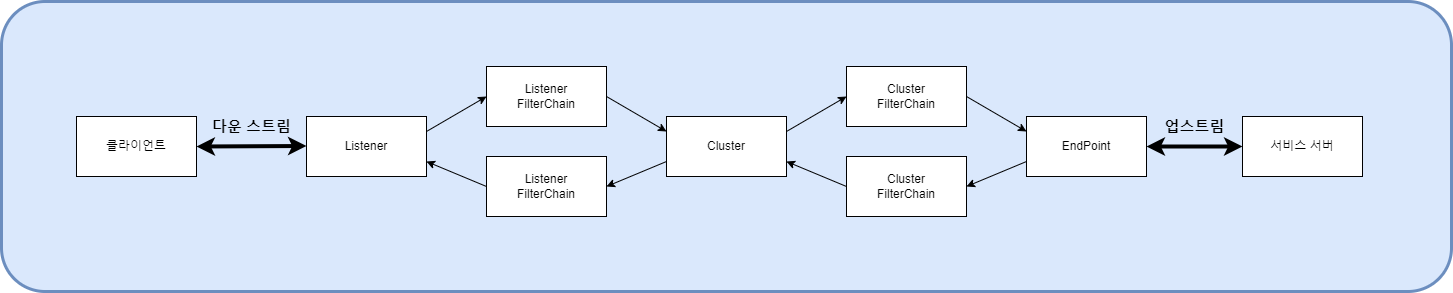
Earlier version of the draw.io export resources/smile-gateway/전체 흐름.png (sgdevcamp2023/remember). Source tidied: cells renumbered, new cells last; positions are measured from the earlier drawing's top-left corner, leaving out a move shared by most shapes. Source of this version:
```xml
<mxGraphModel>
  <root>
    <mxCell id="0" />
    <mxCell id="1" parent="0" />
    <mxCell id="2" style="group;" parent="1" vertex="1">
      <mxGeometry width="1450" height="290" as="geometry" />
    </mxCell>
    <mxCell id="3" style="rounded=1;whiteSpace=wrap;html=1;strokeWidth=3;strokeColor=#6c8ebf;fillColor=#dae8fc;" parent="2" vertex="1">
      <mxGeometry width="1450" height="290" as="geometry" />
    </mxCell>
    <mxCell id="4" value="Listener" style="rounded=0;whiteSpace=wrap;html=1;" parent="2" vertex="1">
      <mxGeometry x="305" y="115" width="120" height="60" as="geometry" />
    </mxCell>
    <mxCell id="5" value="Listener&lt;br&gt;FilterChain" style="rounded=0;whiteSpace=wrap;html=1;" parent="2" vertex="1">
      <mxGeometry x="485" y="65" width="120" height="60" as="geometry" />
    </mxCell>
    <mxCell id="6" style="endArrow=classic;html=1;rounded=0;entryX=0;entryY=0.5;entryDx=0;entryDy=0;exitX=1;exitY=0.25;exitDx=0;exitDy=0;" parent="2" edge="1" source="4" target="5">
      <mxGeometry relative="1" as="geometry" />
    </mxCell>
    <mxCell id="7" value="Cluster" style="rounded=0;whiteSpace=wrap;html=1;" parent="2" vertex="1">
      <mxGeometry x="665" y="115" width="120" height="60" as="geometry" />
    </mxCell>
    <mxCell id="8" style="endArrow=classic;html=1;rounded=0;exitX=1;exitY=0.5;exitDx=0;exitDy=0;entryX=0;entryY=0.25;entryDx=0;entryDy=0;" parent="2" edge="1" source="5" target="7">
      <mxGeometry relative="1" as="geometry" />
    </mxCell>
    <mxCell id="9" value="EndPoint" style="rounded=0;whiteSpace=wrap;html=1;" parent="2" vertex="1">
      <mxGeometry x="1025" y="115" width="120" height="60" as="geometry" />
    </mxCell>
    <mxCell id="10" value="업스트림" style="endArrow=classic;startArrow=classic;html=1;rounded=0;exitX=1;exitY=0.5;exitDx=0;exitDy=0;strokeWidth=4;fontSize=15;fontStyle=1;entryX=0;entryY=0.5;entryDx=0;entryDy=0;labelBackgroundColor=none;" parent="2" edge="1" source="9" target="21">
      <mxGeometry y="20" relative="1" as="geometry" />
    </mxCell>
    <mxCell id="11" value="Listener&lt;br&gt;FilterChain" style="rounded=0;whiteSpace=wrap;html=1;" parent="2" vertex="1">
      <mxGeometry x="485" y="155" width="120" height="60" as="geometry" />
    </mxCell>
    <mxCell id="12" style="endArrow=classic;html=1;rounded=0;exitX=0;exitY=0.75;exitDx=0;exitDy=0;entryX=1;entryY=0.5;entryDx=0;entryDy=0;" parent="2" edge="1" source="7" target="11">
      <mxGeometry relative="1" as="geometry" />
    </mxCell>
    <mxCell id="13" style="endArrow=classic;html=1;rounded=0;exitX=0;exitY=0.5;exitDx=0;exitDy=0;entryX=1;entryY=0.75;entryDx=0;entryDy=0;" parent="2" edge="1" source="11" target="4">
      <mxGeometry relative="1" as="geometry" />
    </mxCell>
    <mxCell id="14" value="Cluster&lt;br&gt;FilterChain" style="rounded=0;whiteSpace=wrap;html=1;" parent="2" vertex="1">
      <mxGeometry x="845" y="65" width="120" height="60" as="geometry" />
    </mxCell>
    <mxCell id="15" style="endArrow=classic;html=1;rounded=0;entryX=0;entryY=0.5;entryDx=0;entryDy=0;exitX=1;exitY=0.25;exitDx=0;exitDy=0;" parent="2" edge="1" target="14">
      <mxGeometry relative="1" as="geometry">
        <mxPoint x="785" y="130" as="sourcePoint" />
      </mxGeometry>
    </mxCell>
    <mxCell id="16" style="endArrow=classic;html=1;rounded=0;exitX=1;exitY=0.5;exitDx=0;exitDy=0;entryX=0;entryY=0.25;entryDx=0;entryDy=0;" parent="2" edge="1" source="14">
      <mxGeometry relative="1" as="geometry">
        <mxPoint x="1025" y="130" as="targetPoint" />
      </mxGeometry>
    </mxCell>
    <mxCell id="17" value="Cluster&lt;br&gt;FilterChain" style="rounded=0;whiteSpace=wrap;html=1;" parent="2" vertex="1">
      <mxGeometry x="845" y="155" width="120" height="60" as="geometry" />
    </mxCell>
    <mxCell id="18" style="endArrow=classic;html=1;rounded=0;exitX=0;exitY=0.75;exitDx=0;exitDy=0;entryX=1;entryY=0.5;entryDx=0;entryDy=0;" parent="2" edge="1" target="17">
      <mxGeometry relative="1" as="geometry">
        <mxPoint x="1025" y="160" as="sourcePoint" />
      </mxGeometry>
    </mxCell>
    <mxCell id="19" style="endArrow=classic;html=1;rounded=0;exitX=0;exitY=0.5;exitDx=0;exitDy=0;entryX=1;entryY=0.75;entryDx=0;entryDy=0;" parent="2" edge="1" source="17">
      <mxGeometry relative="1" as="geometry">
        <mxPoint x="785" y="160" as="targetPoint" />
      </mxGeometry>
    </mxCell>
    <mxCell id="20" value="다운 스트림" style="endArrow=classic;startArrow=classic;html=1;rounded=0;exitX=1;exitY=0.5;exitDx=0;exitDy=0;strokeWidth=4;fontSize=15;fontStyle=1;labelBackgroundColor=none;" parent="2" edge="1" source="22">
      <mxGeometry y="20" relative="1" as="geometry">
        <mxPoint x="305" y="144.5" as="targetPoint" />
      </mxGeometry>
    </mxCell>
    <mxCell id="21" value="서비스 서버" style="rounded=0;whiteSpace=wrap;html=1;" parent="2" vertex="1">
      <mxGeometry x="1241" y="115" width="120" height="60" as="geometry" />
    </mxCell>
    <mxCell id="22" value="클라이언트" style="rounded=0;whiteSpace=wrap;html=1;" parent="2" vertex="1">
      <mxGeometry x="75" y="115" width="120" height="60" as="geometry" />
    </mxCell>
  </root>
</mxGraphModel>
```
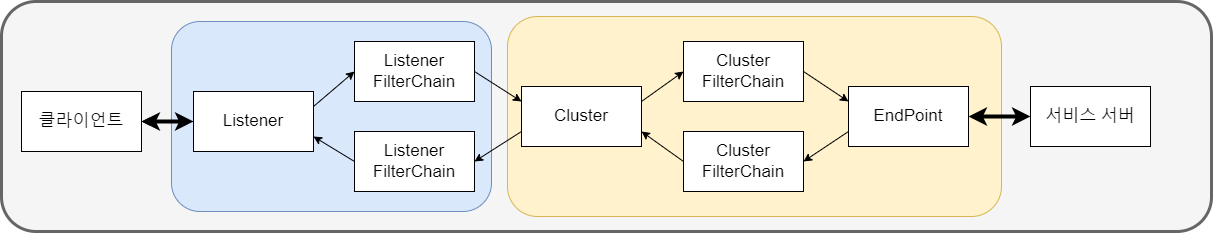
After the change.

Diff of the diagram source:
```diff
@@ -2,78 +2,74 @@
   <root>
     <mxCell id="0" />
     <mxCell id="1" parent="0" />
-    <mxCell id="2" style="group;" parent="1" vertex="1">
-      <mxGeometry width="1450" height="290" as="geometry" />
-    </mxCell>
-    <mxCell id="3" style="rounded=1;whiteSpace=wrap;html=1;strokeWidth=3;strokeColor=#6c8ebf;fillColor=#dae8fc;" parent="2" vertex="1">
-      <mxGeometry width="1450" height="290" as="geometry" />
+    <mxCell id="3" style="rounded=1;whiteSpace=wrap;html=1;strokeWidth=3;strokeColor=#666666;fillColor=#f5f5f5;fontColor=#333333;" parent="1" vertex="1">
+      <mxGeometry x="285" y="25" width="1210" height="230" as="geometry" />
     </mxCell>
+    <mxCell id="23" style="rounded=1;whiteSpace=wrap;html=1;fillColor=#dae8fc;strokeColor=#6c8ebf;fontSize=16;fontStyle=1;" parent="1" vertex="1">
+      <mxGeometry x="455" y="45" width="320" height="190" as="geometry" />
+    </mxCell>
+    <mxCell id="24" style="rounded=1;whiteSpace=wrap;html=1;fillColor=#fff2cc;strokeColor=#d6b656;fontSize=16;fontStyle=1;" parent="1" vertex="1">
+      <mxGeometry x="791" y="40" width="494" height="200" as="geometry" />
+    </mxCell>
+    <mxCell id="25" style="edgeStyle=orthogonalEdgeStyle;rounded=0;jettySize=auto;html=1;" parent="1" edge="1" source="4" target="22">
+      <mxGeometry relative="1" as="geometry" />
+    </mxCell>
-    <mxCell id="4" value="Listener" style="rounded=0;whiteSpace=wrap;html=1;" parent="2" vertex="1">
-      <mxGeometry x="305" y="115" width="120" height="60" as="geometry" />
+    <mxCell id="4" value="Listener" style="rounded=0;whiteSpace=wrap;html=1;fontSize=17;" parent="1" vertex="1">
+      <mxGeometry x="477" y="115" width="120" height="60" as="geometry" />
     </mxCell>
-    <mxCell id="5" value="Listener&lt;br&gt;FilterChain" style="rounded=0;whiteSpace=wrap;html=1;" parent="2" vertex="1">
-      <mxGeometry x="485" y="65" width="120" height="60" as="geometry" />
+    <mxCell id="5" value="Listener&lt;br style=&quot;font-size: 17px;&quot;&gt;FilterChain" style="rounded=0;whiteSpace=wrap;html=1;fontSize=17;" parent="1" vertex="1">
+      <mxGeometry x="638" y="65" width="120" height="60" as="geometry" />
     </mxCell>
-    <mxCell id="6" style="endArrow=classic;html=1;rounded=0;entryX=0;entryY=0.5;entryDx=0;entryDy=0;exitX=1;exitY=0.25;exitDx=0;exitDy=0;" parent="2" edge="1" source="4" target="5">
+    <mxCell id="6" style="endArrow=classic;html=1;rounded=0;entryX=0;entryY=0.5;entryDx=0;entryDy=0;exitX=1;exitY=0.25;exitDx=0;exitDy=0;fontSize=17;" parent="1" edge="1" source="4" target="5">
       <mxGeometry relative="1" as="geometry" />
     </mxCell>
-    <mxCell id="7" value="Cluster" style="rounded=0;whiteSpace=wrap;html=1;" parent="2" vertex="1">
-      <mxGeometry x="665" y="115" width="120" height="60" as="geometry" />
+    <mxCell id="7" value="Cluster" style="rounded=0;whiteSpace=wrap;html=1;fontSize=17;" parent="1" vertex="1">
+      <mxGeometry x="805" y="110" width="120" height="60" as="geometry" />
     </mxCell>
-    <mxCell id="8" style="endArrow=classic;html=1;rounded=0;exitX=1;exitY=0.5;exitDx=0;exitDy=0;entryX=0;entryY=0.25;entryDx=0;entryDy=0;" parent="2" edge="1" source="5" target="7">
+    <mxCell id="8" style="endArrow=classic;html=1;rounded=0;exitX=1;exitY=0.5;exitDx=0;exitDy=0;entryX=0;entryY=0.25;entryDx=0;entryDy=0;fontSize=17;" parent="1" edge="1" source="5" target="7">
       <mxGeometry relative="1" as="geometry" />
     </mxCell>
-    <mxCell id="9" value="EndPoint" style="rounded=0;whiteSpace=wrap;html=1;" parent="2" vertex="1">
-      <mxGeometry x="1025" y="115" width="120" height="60" as="geometry" />
+    <mxCell id="9" value="EndPoint" style="rounded=0;whiteSpace=wrap;html=1;fontSize=17;" parent="1" vertex="1">
+      <mxGeometry x="1132" y="110" width="120" height="60" as="geometry" />
     </mxCell>
-    <mxCell id="10" value="업스트림" style="endArrow=classic;startArrow=classic;html=1;rounded=0;exitX=1;exitY=0.5;exitDx=0;exitDy=0;strokeWidth=4;fontSize=15;fontStyle=1;entryX=0;entryY=0.5;entryDx=0;entryDy=0;labelBackgroundColor=none;" parent="2" edge="1" source="9" target="21">
+    <mxCell id="10" style="endArrow=classic;startArrow=classic;html=1;rounded=0;exitX=1;exitY=0.5;exitDx=0;exitDy=0;strokeWidth=4;fontSize=17;fontStyle=1;entryX=0;entryY=0.5;entryDx=0;entryDy=0;labelBackgroundColor=none;" parent="1" edge="1" source="9" target="21">
       <mxGeometry y="20" relative="1" as="geometry" />
     </mxCell>
-    <mxCell id="11" value="Listener&lt;br&gt;FilterChain" style="rounded=0;whiteSpace=wrap;html=1;" parent="2" vertex="1">
-      <mxGeometry x="485" y="155" width="120" height="60" as="geometry" />
+    <mxCell id="11" value="Listener&lt;br style=&quot;font-size: 17px;&quot;&gt;FilterChain" style="rounded=0;whiteSpace=wrap;html=1;fontSize=17;" parent="1" vertex="1">
+      <mxGeometry x="638" y="155" width="120" height="60" as="geometry" />
     </mxCell>
-    <mxCell id="12" style="endArrow=classic;html=1;rounded=0;exitX=0;exitY=0.75;exitDx=0;exitDy=0;entryX=1;entryY=0.5;entryDx=0;entryDy=0;" parent="2" edge="1" source="7" target="11">
+    <mxCell id="12" style="endArrow=classic;html=1;rounded=0;exitX=0;exitY=0.75;exitDx=0;exitDy=0;entryX=1;entryY=0.5;entryDx=0;entryDy=0;fontSize=17;" parent="1" edge="1" source="7" target="11">
       <mxGeometry relative="1" as="geometry" />
     </mxCell>
-    <mxCell id="13" style="endArrow=classic;html=1;rounded=0;exitX=0;exitY=0.5;exitDx=0;exitDy=0;entryX=1;entryY=0.75;entryDx=0;entryDy=0;" parent="2" edge="1" source="11" target="4">
+    <mxCell id="13" style="endArrow=classic;html=1;rounded=0;exitX=0;exitY=0.5;exitDx=0;exitDy=0;entryX=1;entryY=0.75;entryDx=0;entryDy=0;fontSize=17;" parent="1" edge="1" source="11" target="4">
       <mxGeometry relative="1" as="geometry" />
     </mxCell>
-    <mxCell id="14" value="Cluster&lt;br&gt;FilterChain" style="rounded=0;whiteSpace=wrap;html=1;" parent="2" vertex="1">
-      <mxGeometry x="845" y="65" width="120" height="60" as="geometry" />
+    <mxCell id="14" value="Cluster&lt;br style=&quot;font-size: 17px;&quot;&gt;FilterChain" style="rounded=0;whiteSpace=wrap;html=1;fontSize=17;" parent="1" vertex="1">
+      <mxGeometry x="967" y="65" width="120" height="60" as="geometry" />
     </mxCell>
-    <mxCell id="15" style="endArrow=classic;html=1;rounded=0;entryX=0;entryY=0.5;entryDx=0;entryDy=0;exitX=1;exitY=0.25;exitDx=0;exitDy=0;" parent="2" edge="1" target="14">
-      <mxGeometry relative="1" as="geometry">
-        <mxPoint x="785" y="130" as="sourcePoint" />
-      </mxGeometry>
+    <mxCell id="15" style="endArrow=classic;html=1;rounded=0;entryX=0;entryY=0.5;entryDx=0;entryDy=0;exitX=1;exitY=0.25;exitDx=0;exitDy=0;fontSize=17;" parent="1" edge="1" source="7" target="14">
+      <mxGeometry relative="1" as="geometry" />
     </mxCell>
-    <mxCell id="16" style="endArrow=classic;html=1;rounded=0;exitX=1;exitY=0.5;exitDx=0;exitDy=0;entryX=0;entryY=0.25;entryDx=0;entryDy=0;" parent="2" edge="1" source="14">
-      <mxGeometry relative="1" as="geometry">
-        <mxPoint x="1025" y="130" as="targetPoint" />
-      </mxGeometry>
+    <mxCell id="16" style="endArrow=classic;html=1;rounded=0;exitX=1;exitY=0.5;exitDx=0;exitDy=0;entryX=0;entryY=0.25;entryDx=0;entryDy=0;fontSize=17;" parent="1" edge="1" source="14" target="9">
+      <mxGeometry relative="1" as="geometry" />
     </mxCell>
-    <mxCell id="17" value="Cluster&lt;br&gt;FilterChain" style="rounded=0;whiteSpace=wrap;html=1;" parent="2" vertex="1">
-      <mxGeometry x="845" y="155" width="120" height="60" as="geometry" />
+    <mxCell id="17" value="Cluster&lt;br style=&quot;font-size: 17px;&quot;&gt;FilterChain" style="rounded=0;whiteSpace=wrap;html=1;fontSize=17;" parent="1" vertex="1">
+      <mxGeometry x="967" y="155" width="120" height="60" as="geometry" />
     </mxCell>
-    <mxCell id="18" style="endArrow=classic;html=1;rounded=0;exitX=0;exitY=0.75;exitDx=0;exitDy=0;entryX=1;entryY=0.5;entryDx=0;entryDy=0;" parent="2" edge="1" target="17">
-      <mxGeometry relative="1" as="geometry">
-        <mxPoint x="1025" y="160" as="sourcePoint" />
-      </mxGeometry>
+    <mxCell id="18" style="endArrow=classic;html=1;rounded=0;exitX=0;exitY=0.75;exitDx=0;exitDy=0;entryX=1;entryY=0.5;entryDx=0;entryDy=0;fontSize=17;" parent="1" edge="1" source="9" target="17">
+      <mxGeometry relative="1" as="geometry" />
     </mxCell>
-    <mxCell id="19" style="endArrow=classic;html=1;rounded=0;exitX=0;exitY=0.5;exitDx=0;exitDy=0;entryX=1;entryY=0.75;entryDx=0;entryDy=0;" parent="2" edge="1" source="17">
-      <mxGeometry relative="1" as="geometry">
-        <mxPoint x="785" y="160" as="targetPoint" />
-      </mxGeometry>
+    <mxCell id="19" style="endArrow=classic;html=1;rounded=0;exitX=0;exitY=0.5;exitDx=0;exitDy=0;entryX=1;entryY=0.75;entryDx=0;entryDy=0;fontSize=17;" parent="1" edge="1" source="17" target="7">
+      <mxGeometry relative="1" as="geometry" />
     </mxCell>
-    <mxCell id="20" value="다운 스트림" style="endArrow=classic;startArrow=classic;html=1;rounded=0;exitX=1;exitY=0.5;exitDx=0;exitDy=0;strokeWidth=4;fontSize=15;fontStyle=1;labelBackgroundColor=none;" parent="2" edge="1" source="22">
-      <mxGeometry y="20" relative="1" as="geometry">
-        <mxPoint x="305" y="144.5" as="targetPoint" />
-      </mxGeometry>
+    <mxCell id="20" style="endArrow=classic;startArrow=classic;html=1;rounded=0;exitX=1;exitY=0.5;exitDx=0;exitDy=0;strokeWidth=4;fontSize=17;fontStyle=1;labelBackgroundColor=none;entryX=0;entryY=0.5;entryDx=0;entryDy=0;" parent="1" edge="1" source="22" target="4">
+      <mxGeometry y="20" relative="1" as="geometry" />
     </mxCell>
-    <mxCell id="21" value="서비스 서버" style="rounded=0;whiteSpace=wrap;html=1;" parent="2" vertex="1">
-      <mxGeometry x="1241" y="115" width="120" height="60" as="geometry" />
+    <mxCell id="21" value="서비스 서버" style="rounded=0;whiteSpace=wrap;html=1;fontSize=17;" parent="1" vertex="1">
+      <mxGeometry x="1314" y="110" width="120" height="60" as="geometry" />
     </mxCell>
-    <mxCell id="22" value="클라이언트" style="rounded=0;whiteSpace=wrap;html=1;" parent="2" vertex="1">
-      <mxGeometry x="75" y="115" width="120" height="60" as="geometry" />
+    <mxCell id="22" value="클라이언트" style="rounded=0;whiteSpace=wrap;html=1;fontSize=17;" parent="1" vertex="1">
+      <mxGeometry x="305" y="115" width="120" height="60" as="geometry" />
     </mxCell>
   </root>
 </mxGraphModel>
```
